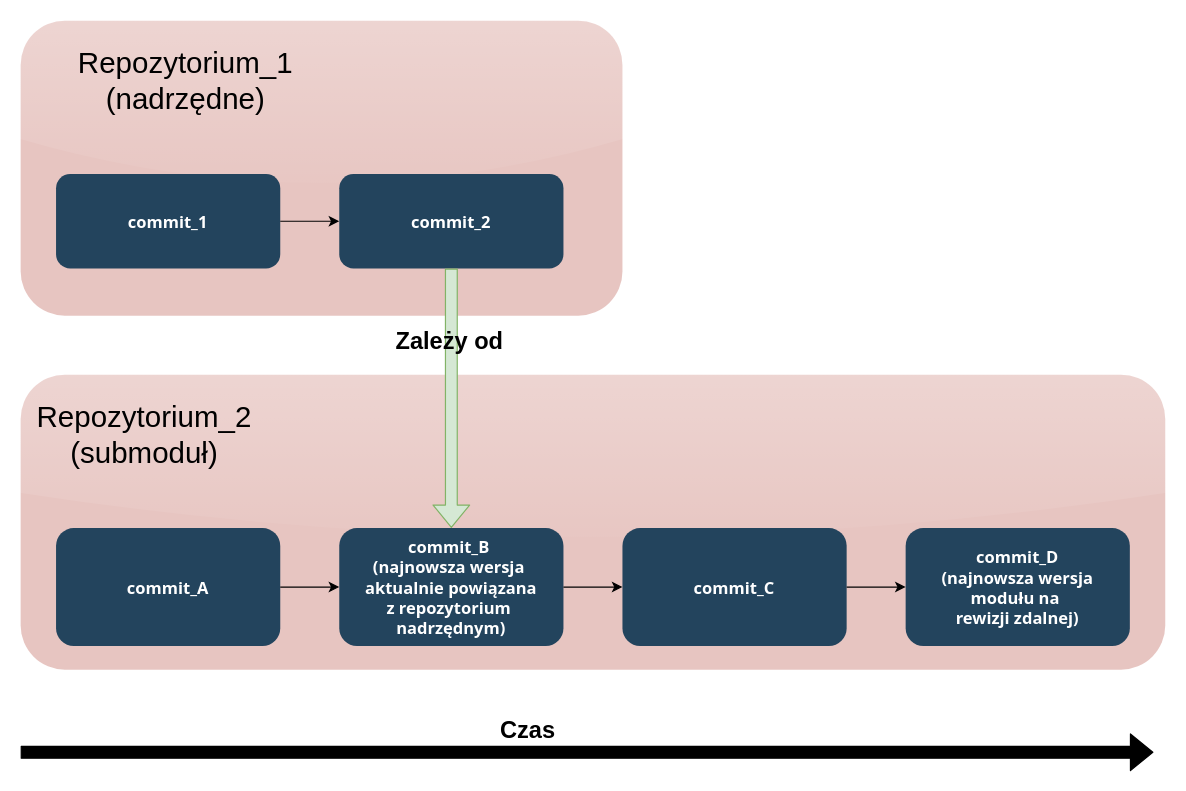
Earlier version of the draw.io diagram thesis/res/draw.io/SubmodulesProblem.drawio (arokasprz100/Bachelor-thesis). Source tidied: cells renumbered, new cells numbered last; positions are measured from the earlier drawing's top-left corner, leaving out a move shared by most shapes. Both pictures are drawn from the tidied source at 118%, with x=0, y=0 at pixel (20, 20).
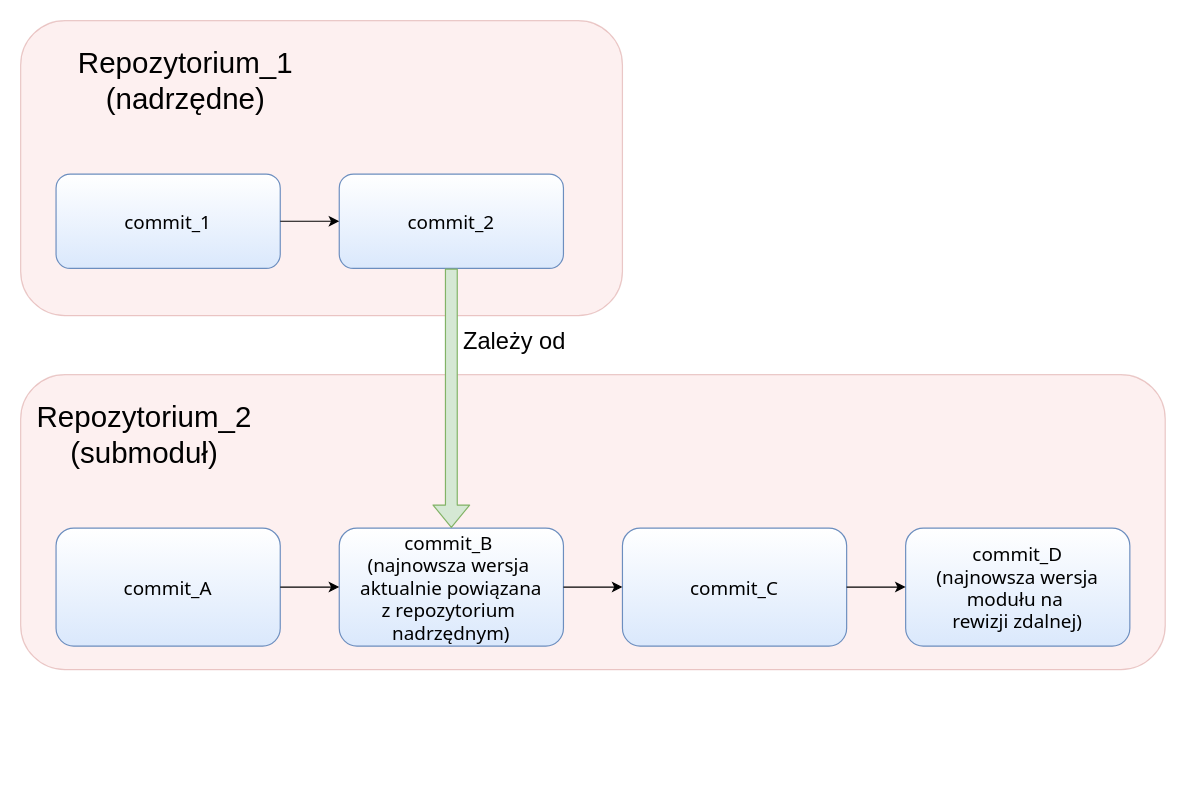
The same page after the edit.

Unchanged cells that the change refers to:
```xml
<mxCell id="16" style="shape=flexArrow;endArrow=classic;html=1;fillColor=#d5e8d4;strokeColor=#82b366;" parent="1" edge="1" source="4" target="8">
  <mxGeometry relative="1" as="geometry" />
</mxCell>
```

The edit, as a diff of the source:
```diff
@@
-    <mxCell id="2" style="fillColor=#AE4132;strokeColor=none;opacity=30;rounded=1;glass=1;" parent="1" vertex="1">
+    <mxCell id="2" style="fillColor=#f8cecc;strokeColor=#b85450;opacity=30;rounded=1;glass=0;gradientDirection=north;" parent="1" vertex="1">
       <mxGeometry width="510" height="250" as="geometry" />
     </mxCell>
-    <mxCell id="3" value="commit_1" style="rounded=1;fillColor=#23445D;gradientColor=none;strokeColor=none;fontColor=#FFFFFF;fontStyle=1;fontFamily=Tahoma;fontSize=14;" parent="1" vertex="1">
+    <mxCell id="3" value="commit_1" style="rounded=1;fillColor=#dae8fc;strokeColor=#6c8ebf;fontStyle=0;fontFamily=Tahoma;fontSize=16;gradientColor=#ffffff;gradientDirection=north;" parent="1" vertex="1">
       <mxGeometry x="30" y="130" width="190" height="80" as="geometry" />
     </mxCell>
-    <mxCell id="4" value="commit_2" style="rounded=1;fillColor=#23445D;gradientColor=none;strokeColor=none;fontColor=#FFFFFF;fontStyle=1;fontFamily=Tahoma;fontSize=14;" parent="1" vertex="1">
+    <mxCell id="4" value="commit_2" style="rounded=1;fillColor=#dae8fc;strokeColor=#6c8ebf;fontStyle=0;fontFamily=Tahoma;fontSize=16;gradientColor=#ffffff;gradientDirection=north;" parent="1" vertex="1">
       <mxGeometry x="270" y="130" width="190" height="80" as="geometry" />
     </mxCell>
@@
-    <mxCell id="6" style="fillColor=#AE4132;strokeColor=none;opacity=30;rounded=1;glass=1;" parent="1" vertex="1">
+    <mxCell id="6" style="fillColor=#f8cecc;strokeColor=#b85450;opacity=30;rounded=1;glass=0;gradientDirection=north;gradientColor=none;" parent="1" vertex="1">
       <mxGeometry y="300" width="970" height="250" as="geometry" />
     </mxCell>
-    <mxCell id="7" value="commit_A" style="rounded=1;fillColor=#23445D;gradientColor=none;strokeColor=none;fontColor=#FFFFFF;fontStyle=1;fontFamily=Tahoma;fontSize=14;" parent="1" vertex="1">
+    <mxCell id="7" value="commit_A" style="rounded=1;fillColor=#dae8fc;strokeColor=#6c8ebf;fontStyle=0;fontFamily=Tahoma;fontSize=16;gradientColor=#ffffff;gradientDirection=north;" parent="1" vertex="1">
       <mxGeometry x="30" y="430" width="190" height="100" as="geometry" />
     </mxCell>
-    <mxCell id="8" value="commit_B &#10;(najnowsza wersja &#10;aktualnie powiązana&#10;z repozytorium &#10;nadrzędnym)" style="rounded=1;fillColor=#23445D;gradientColor=none;strokeColor=none;fontColor=#FFFFFF;fontStyle=1;fontFamily=Tahoma;fontSize=14;" parent="1" vertex="1">
+    <mxCell id="8" value="commit_B &#10;(najnowsza wersja &#10;aktualnie powiązana&#10;z repozytorium &#10;nadrzędnym)" style="rounded=1;fillColor=#dae8fc;strokeColor=#6c8ebf;fontStyle=0;fontFamily=Tahoma;fontSize=16;gradientColor=#ffffff;gradientDirection=north;" parent="1" vertex="1">
       <mxGeometry x="270" y="430" width="190" height="100" as="geometry" />
     </mxCell>
@@
-    <mxCell id="10" value="commit_C" style="rounded=1;fillColor=#23445D;gradientColor=none;strokeColor=none;fontColor=#FFFFFF;fontStyle=1;fontFamily=Tahoma;fontSize=14;" parent="1" vertex="1">
+    <mxCell id="10" value="commit_C" style="rounded=1;fillColor=#dae8fc;strokeColor=#6c8ebf;fontStyle=0;fontFamily=Tahoma;fontSize=16;gradientColor=#ffffff;gradientDirection=north;" parent="1" vertex="1">
       <mxGeometry x="510" y="430" width="190" height="100" as="geometry" />
     </mxCell>
-    <mxCell id="11" value="commit_D&#10;(najnowsza wersja &#10;modułu na &#10;rewizji zdalnej)" style="rounded=1;fillColor=#23445D;gradientColor=none;strokeColor=none;fontColor=#FFFFFF;fontStyle=1;fontFamily=Tahoma;fontSize=14;" parent="1" vertex="1">
+    <mxCell id="11" value="commit_D&#10;(najnowsza wersja &#10;modułu na &#10;rewizji zdalnej)" style="rounded=1;fillColor=#dae8fc;strokeColor=#6c8ebf;fontStyle=0;fontFamily=Tahoma;fontSize=16;gradientColor=#ffffff;gradientDirection=north;" parent="1" vertex="1">
       <mxGeometry x="750" y="430" width="190" height="100" as="geometry" />
     </mxCell>
@@
-    <mxCell id="17" value="&lt;b&gt;&lt;font style=&quot;font-size: 20px&quot;&gt;Zależy od&amp;nbsp;&lt;/font&gt;&lt;/b&gt;" style="text;html=1;align=center;verticalAlign=middle;labelBackgroundColor=none;" parent="16" vertex="1">
+    <mxCell id="17" value="&lt;span style=&quot;font-weight: normal&quot;&gt;&lt;font style=&quot;font-size: 20px&quot;&gt;Zależy od&amp;nbsp;&lt;/font&gt;&lt;/span&gt;" style="text;html=1;align=center;verticalAlign=middle;labelBackgroundColor=none;fontStyle=1;" parent="16" vertex="1">
       <mxGeometry x="-0.31" y="-1" relative="1" as="geometry">
-        <mxPoint x="1" y="-16" as="offset" />
+        <mxPoint x="56" y="-16" as="offset" />
       </mxGeometry>
     </mxCell>
-    <mxCell id="18" style="shape=flexArrow;endArrow=classic;html=1;fillColor=#000000;" parent="1" edge="1">
-      <mxGeometry relative="1" as="geometry">
-        <mxPoint y="620" as="sourcePoint" />
-        <mxPoint x="960" y="620" as="targetPoint" />
-      </mxGeometry>
-    </mxCell>
-    <mxCell id="19" value="&lt;font style=&quot;font-size: 20px&quot;&gt;&lt;b&gt;Czas&lt;/b&gt;&lt;/font&gt;" style="text;html=1;strokeColor=none;fillColor=none;align=center;verticalAlign=middle;whiteSpace=wrap;rounded=0;labelBackgroundColor=none;" parent="1" vertex="1">
-      <mxGeometry x="410" y="590" width="40" height="20" as="geometry" />
-    </mxCell>
```
